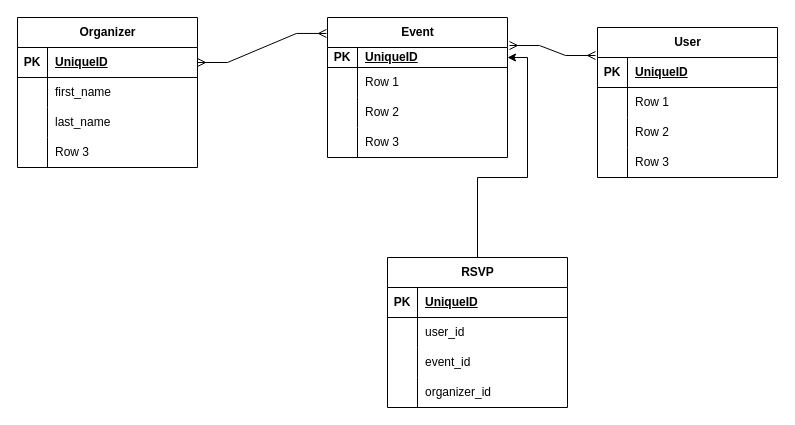
stevesdiary/evently keeps this draw.io diagram as Evently.drawio. Above is the earlier version. Source tidied: cells renumbered, new cells numbered last; positions are measured from the earlier drawing's top-left corner, leaving out a move shared by most shapes. Both pictures are drawn from the tidied source at 100%, with x=0, y=0 at pixel (17, 17).
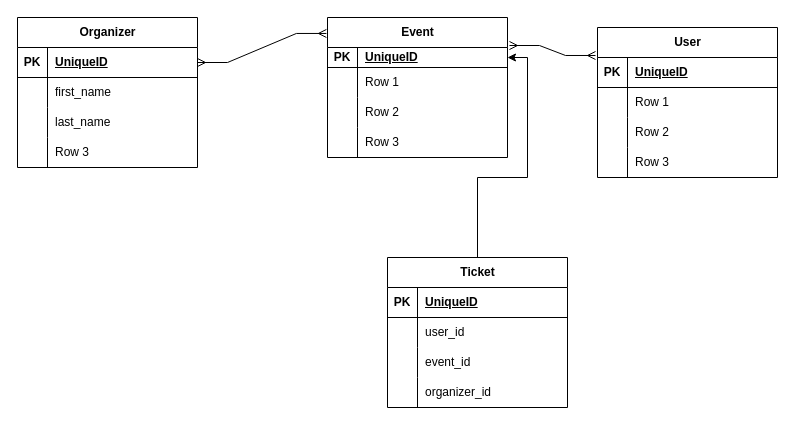
After the change.

Diff of the diagram source:
```diff
@@
-    <mxCell id="42" value="RSVP" style="shape=table;startSize=30;childLayout=tableLayout;rowLines=0;fontStyle=1;align=center;html=1;" parent="1" vertex="1">
+    <mxCell id="42" value="Ticket" style="shape=table;startSize=30;childLayout=tableLayout;rowLines=0;fontStyle=1;align=center;html=1;" parent="1" vertex="1">
       <mxGeometry x="370" y="240" width="180" height="150" as="geometry" />
     </mxCell>
```
